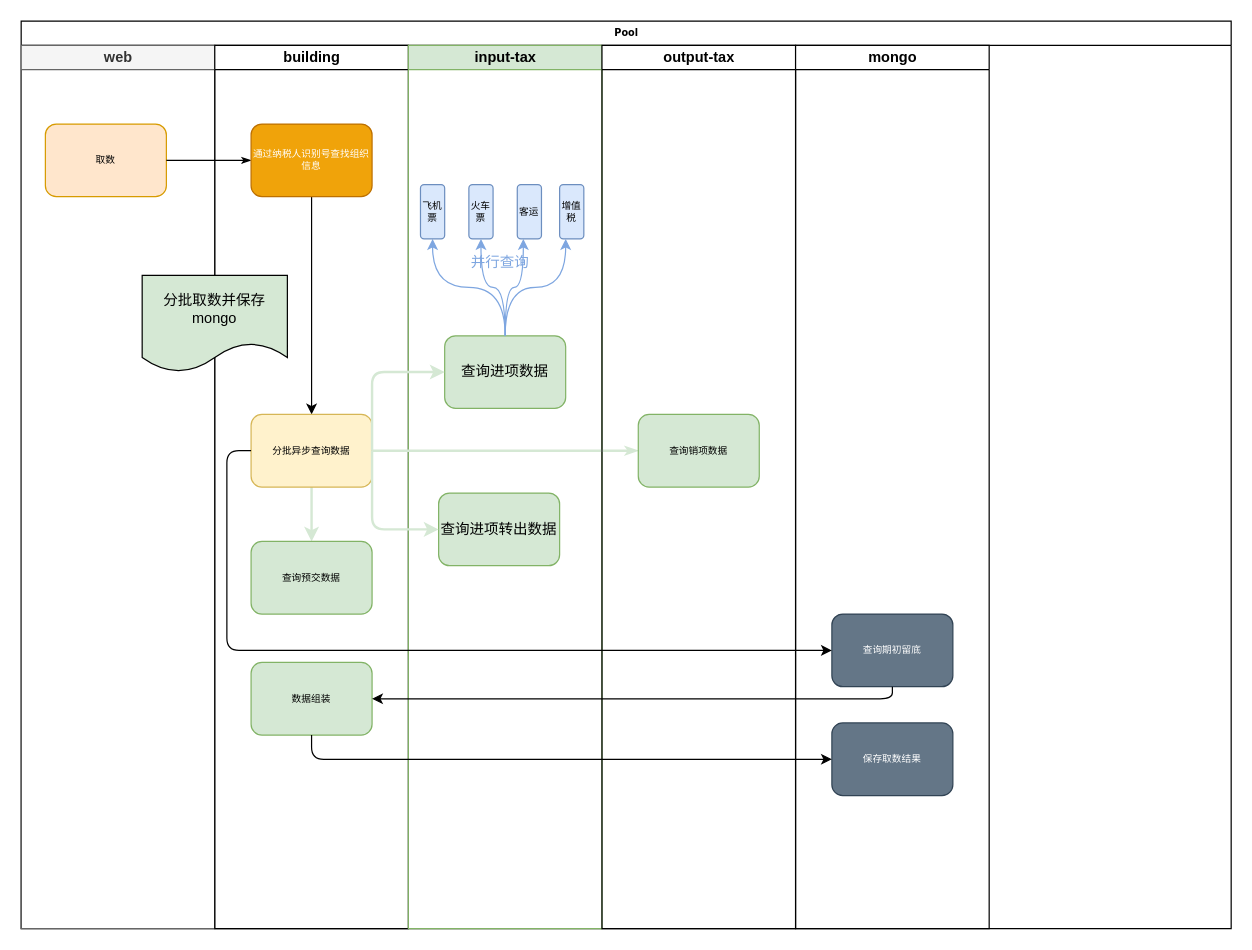
Earlier version of the draw.io diagram 转正答辩.drawio (sensezhang/draw). Source tidied: cells renumbered, new cells numbered last; positions are measured from the earlier drawing's top-left corner, leaving out a move shared by most shapes. Both pictures are drawn from the tidied source at 121%, with x=0, y=0 at pixel (21, 21).
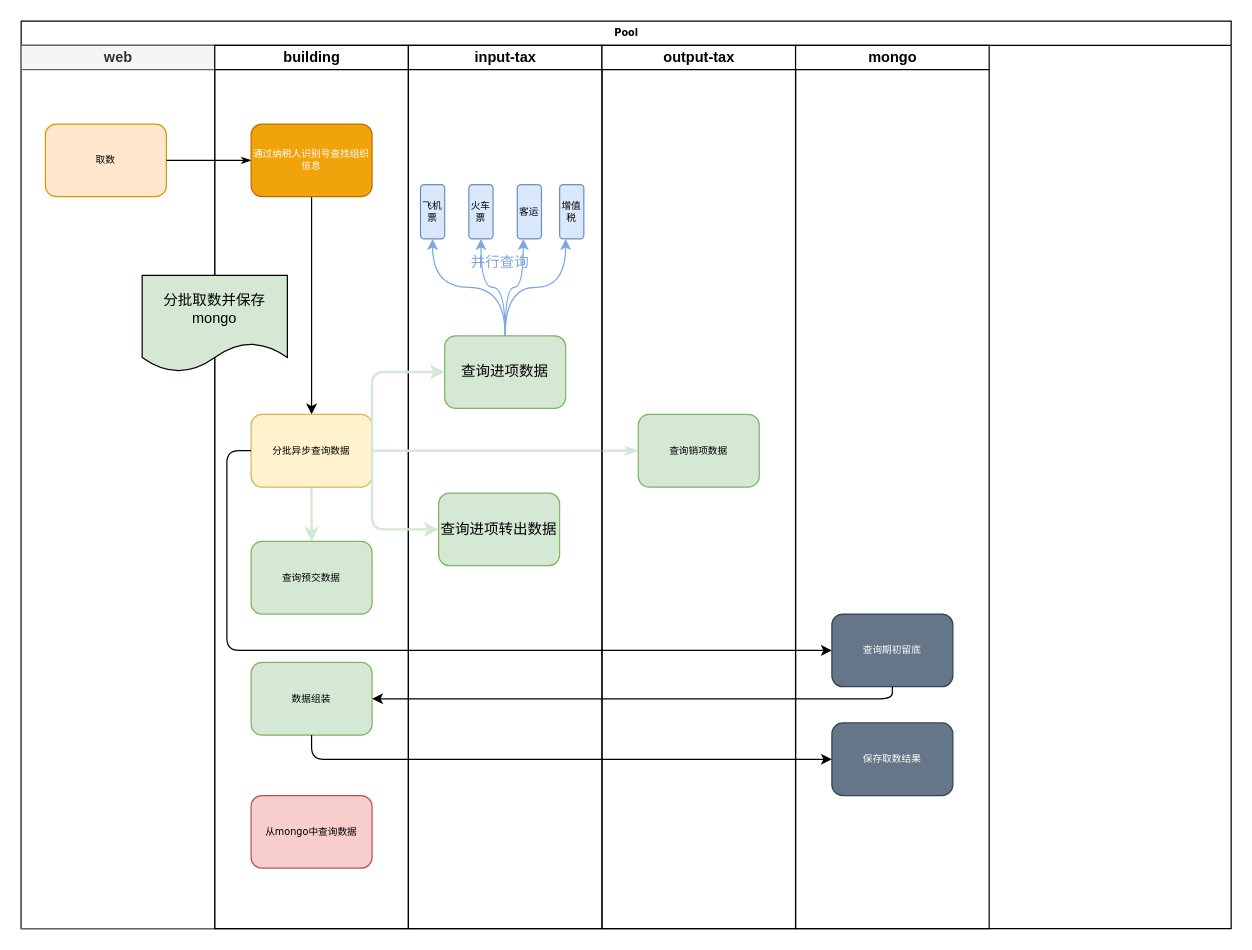
Above is the later version.

Commit message:
更新转正答辩.drawio

Unchanged cells that the change refers to:
```xml
<mxCell id="2" value="Pool" style="swimlane;html=1;startSize=20;rounded=0;shadow=0;labelBackgroundColor=none;strokeWidth=1;fontFamily=Verdana;fontSize=8;align=center;" parent="1" vertex="1">
  <mxGeometry width="1000" height="750" as="geometry" />
</mxCell>
<mxCell id="6" value="building" style="swimlane;html=1;startSize=20;" parent="2" vertex="1">
  <mxGeometry x="160" y="20" width="160" height="730" as="geometry" />
</mxCell>
```

Change to the diagram source:
```diff
@@
+    <mxCell id="37" value="从mongo中查询数据" style="rounded=1;whiteSpace=wrap;html=1;shadow=0;labelBackgroundColor=none;strokeWidth=1;fontFamily=Verdana;fontSize=8;align=center;fillColor=#f8cecc;strokeColor=#b85450;" parent="6" vertex="1">
+      <mxGeometry x="30" y="620" width="100" height="60" as="geometry" />
+    </mxCell>
-    <mxCell id="14" value="input-tax" style="swimlane;html=1;startSize=20;fillColor=#d5e8d4;strokeColor=#82b366;" parent="2" vertex="1">
+    <mxCell id="14" value="input-tax" style="swimlane;html=1;startSize=20;fillColor=#FFFFFF;strokeColor=#000000;" parent="2" vertex="1">
       <mxGeometry x="320" y="20" width="160" height="730" as="geometry" />
     </mxCell>
```
